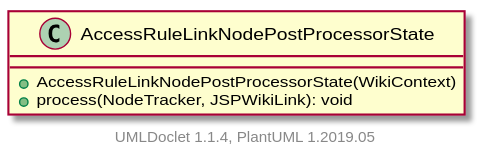
The PlantUML diagram apidocs/2.11.0.M7-SNAPSHOT/org/apache/wiki/markdown/extensions/jspwikilinks/postprocessor/AccessRuleLinkNodePostProcessorState.svg in apache/jspwiki-site, before a commit.
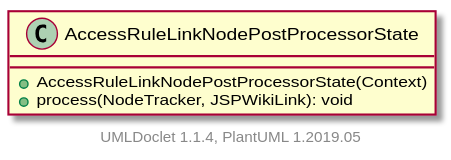
Later version of the same file.

What changed in the source:
```diff
@@ -1,7 +1,7 @@
 @startuml
 
     class AccessRuleLinkNodePostProcessorState [[AccessRuleLinkNodePostProcessorState.html]] {
-        +AccessRuleLinkNodePostProcessorState(WikiContext)
+        +AccessRuleLinkNodePostProcessorState(Context)
         +process(NodeTracker, JSPWikiLink): void
     }
 
```
